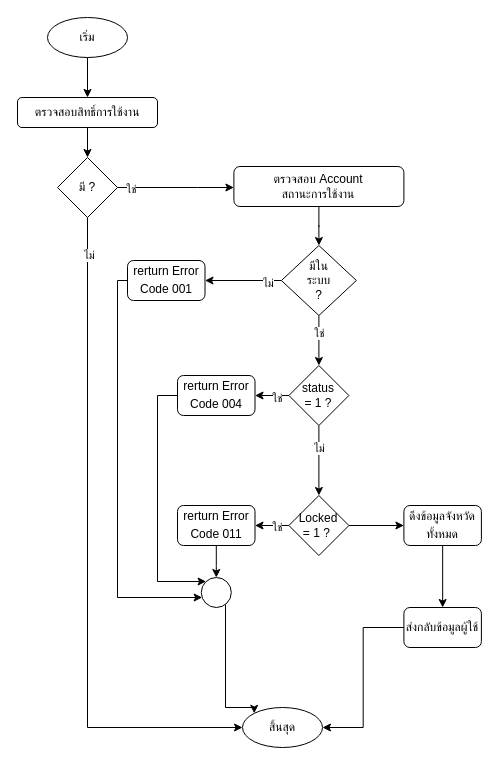
charifrodmanee/charifrodmanee keeps this draw.io diagram as page "หน้า-1" (1 of 4) of Province.drawio. Above is the earlier version. Source tidied: cells renumbered, new cells numbered last; positions are measured from the earlier drawing's top-left corner, leaving out a move shared by most shapes. Both pictures are drawn from the tidied source at 100%, with x=0, y=0 at pixel (17, 17).
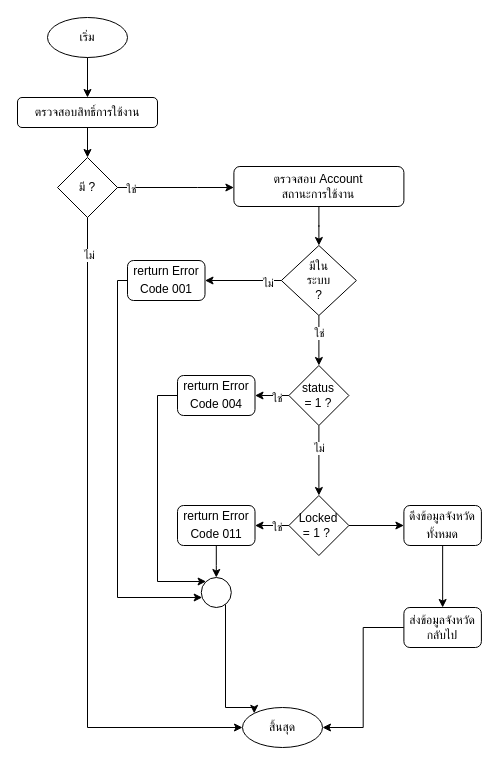
Above is the later version.

The edit, as a diff of the source:
```diff
@@
-    <mxCell id="38" value="ส่งกลับข้อมูลผู้ใช้" style="rounded=1;whiteSpace=wrap;html=1;" parent="1" vertex="1">
+    <mxCell id="38" value="ส่งข้อมูลจังหวัดกลับไป" style="rounded=1;whiteSpace=wrap;html=1;" parent="1" vertex="1">
       <mxGeometry x="386.4" y="590" width="77.5" height="40" as="geometry" />
     </mxCell>
```
